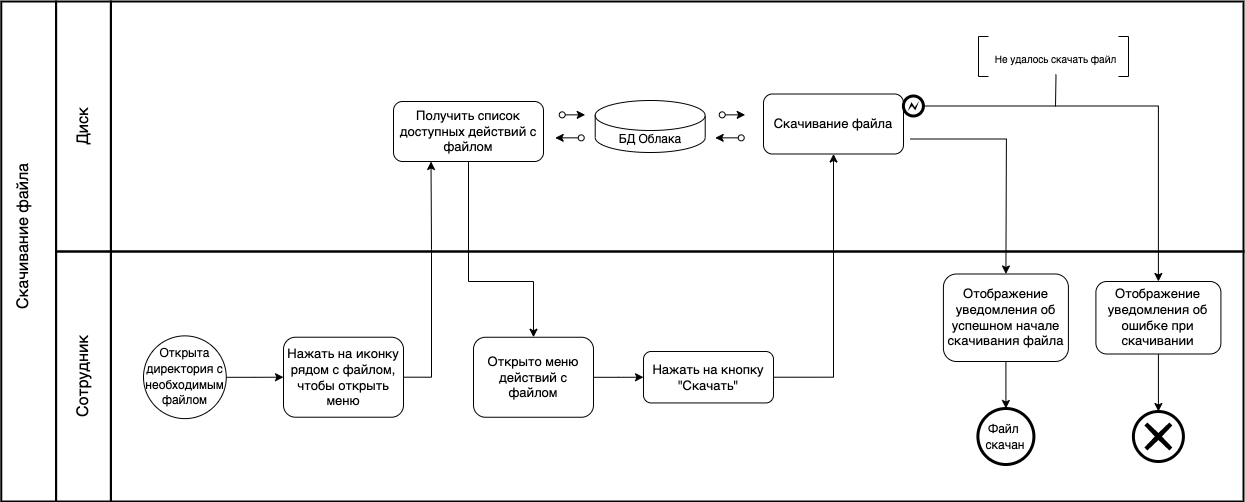
This is docs/bpmn/UML + BPMN-7.5.1 BPMN.drawio.png from shuv8/cloudstorage, a draw.io export, as it was before one commit. Source tidied: cells renumbered, new cells last; positions are measured from the earlier drawing's top-left corner, leaving out a move shared by most shapes.
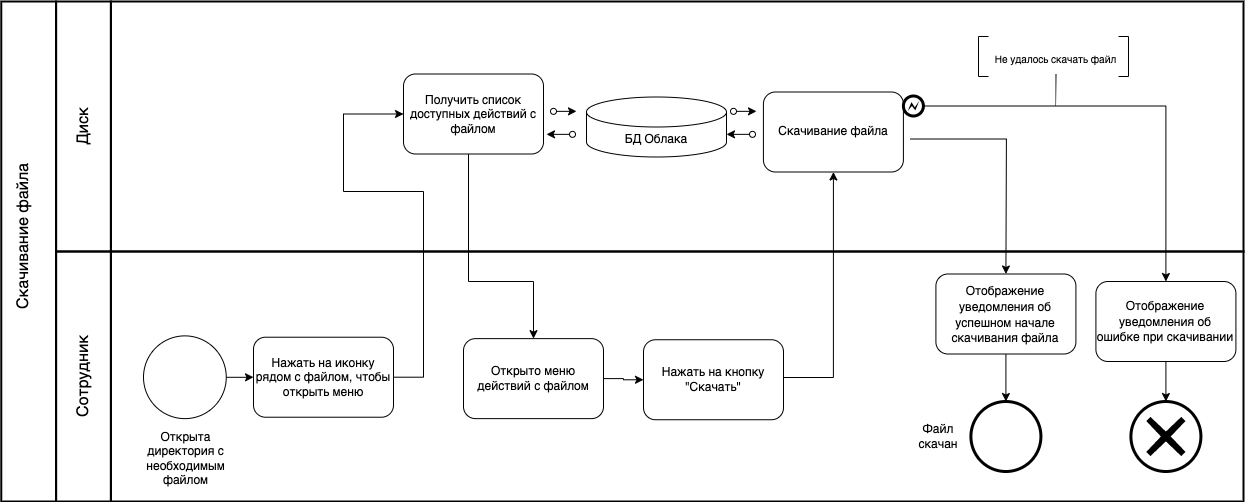
Later version of the same file.

The edit, as a diff of the source:
```diff
@@ -15,8 +15,8 @@
         </Array>
       </mxGeometry>
     </mxCell>
-    <mxCell id="5" value="Нажать на кнопку &quot;Скачать&quot;" style="rounded=1;whiteSpace=wrap;html=1;fontSize=13;" parent="1" vertex="1">
-      <mxGeometry x="720" y="350" width="130" height="51.5" as="geometry" />
+    <mxCell id="5" value="Нажать на кнопку &quot;Скачать&quot;" style="rounded=1;whiteSpace=wrap;html=1;fontSize=12;" parent="1" vertex="1">
+      <mxGeometry x="720" y="338.2" width="140" height="80" as="geometry" />
     </mxCell>
     <mxCell id="6" style="edgeStyle=orthogonalEdgeStyle;rounded=0;jettySize=auto;html=1;" parent="1" edge="1" source="7" target="16">
       <mxGeometry relative="1" as="geometry" />
@@ -24,8 +24,8 @@
     <mxCell id="7" style="ellipse;whiteSpace=wrap;html=1;fontSize=13;" parent="1" vertex="1">
       <mxGeometry x="220" y="334.4" width="82.8" height="82.8" as="geometry" />
     </mxCell>
-    <mxCell id="8" value="Скачивание файла" style="rounded=1;whiteSpace=wrap;html=1;fontSize=13;" parent="1" vertex="1">
-      <mxGeometry x="840" y="92.5" width="140" height="60" as="geometry" />
+    <mxCell id="8" value="Скачивание файла" style="rounded=1;whiteSpace=wrap;html=1;fontSize=12;" parent="1" vertex="1">
+      <mxGeometry x="839.9" y="90.5" width="140" height="80" as="geometry" />
     </mxCell>
     <mxCell id="9" style="rounded=0;whiteSpace=wrap;html=1;strokeWidth=2;fontSize=13;fillColor=none;" parent="1" vertex="1">
       <mxGeometry x="132.6" width="54.8" height="250" as="geometry" />
@@ -45,29 +45,30 @@
     <mxCell id="14" value="&lt;font style=&quot;font-size: 16px&quot;&gt;Скачивание файла&lt;/font&gt;" style="text;html=1;strokeColor=none;fillColor=none;align=center;verticalAlign=middle;whiteSpace=wrap;rounded=0;fontSize=13;rotation=-90;" parent="1" vertex="1">
       <mxGeometry y="220" width="200" height="30" as="geometry" />
     </mxCell>
-    <mxCell id="15" style="edgeStyle=orthogonalEdgeStyle;rounded=0;jettySize=auto;html=1;entryX=0.25;entryY=1;entryDx=0;entryDy=0;" parent="1" edge="1" source="16" target="26">
+    <mxCell id="15" style="edgeStyle=orthogonalEdgeStyle;rounded=0;jettySize=auto;html=1;entryX=0;entryY=0.5;entryDx=0;entryDy=0;" parent="1" edge="1" source="16" target="26">
       <mxGeometry relative="1" as="geometry">
         <Array as="points">
-          <mxPoint x="508" y="376" />
-          <mxPoint x="508" y="248" />
-          <mxPoint x="507" y="248" />
+          <mxPoint x="500" y="376" />
+          <mxPoint x="500" y="190" />
+          <mxPoint x="420" y="190" />
+          <mxPoint x="420" y="113" />
         </Array>
       </mxGeometry>
     </mxCell>
-    <mxCell id="16" value="Нажать на иконку рядом с файлом, чтобы открыть меню" style="rounded=1;whiteSpace=wrap;html=1;fontSize=13;" parent="1" vertex="1">
-      <mxGeometry x="360" y="335.7" width="120" height="80" as="geometry" />
+    <mxCell id="16" value="Нажать на иконку рядом с файлом, чтобы открыть меню" style="rounded=1;whiteSpace=wrap;html=1;fontSize=12;" parent="1" vertex="1">
+      <mxGeometry x="330" y="335.7" width="140" height="80" as="geometry" />
     </mxCell>
     <mxCell id="17" style="ellipse;whiteSpace=wrap;html=1;fontSize=13;strokeWidth=3;" parent="1" vertex="1">
-      <mxGeometry x="1054.4" y="407" width="56" height="56" as="geometry" />
+      <mxGeometry x="1047.4" y="400" width="70" height="70" as="geometry" />
     </mxCell>
-    <mxCell id="18" value="Отображение уведомления об успешном начале скачивания файла" style="rounded=1;whiteSpace=wrap;html=1;fontSize=13;" parent="1" vertex="1">
-      <mxGeometry x="1019.9" y="272.5" width="125" height="87.5" as="geometry" />
+    <mxCell id="18" value="&lt;font style=&quot;font-size: 12px;&quot;&gt;Отображение уведомления об успешном начале скачивания файла&lt;/font&gt;" style="rounded=1;whiteSpace=wrap;html=1;fontSize=13;" parent="1" vertex="1">
+      <mxGeometry x="1012.4" y="272.5" width="140" height="80" as="geometry" />
     </mxCell>
     <mxCell id="19" style="endArrow=classic;html=1;fillColor=#000000;exitX=0.5;exitY=1;exitDx=0;exitDy=0;entryX=0.5;entryY=0;entryDx=0;entryDy=0;" parent="1" edge="1" source="18" target="17">
       <mxGeometry relative="1" as="geometry" />
     </mxCell>
-    <mxCell id="20" value="Отображение уведомления об ошибке при скачивании" style="rounded=1;whiteSpace=wrap;html=1;fontSize=13;" parent="1" vertex="1">
-      <mxGeometry x="1172.4" y="280" width="125" height="72.5" as="geometry" />
+    <mxCell id="20" value="&lt;font style=&quot;font-size: 12px;&quot;&gt;Отображение уведомления об ошибке при скачивании&lt;/font&gt;" style="rounded=1;whiteSpace=wrap;html=1;fontSize=13;" parent="1" vertex="1">
+      <mxGeometry x="1172.4" y="280" width="140" height="80" as="geometry" />
     </mxCell>
     <mxCell id="21" style="endArrow=classic;html=1;fontSize=13;exitX=0.706;exitY=0.55;exitDx=0;exitDy=0;entryX=0.5;entryY=0;entryDx=0;entryDy=0;rounded=0;exitPerimeter=0;" parent="1" edge="1" source="3" target="18">
       <mxGeometry relative="1" as="geometry">
@@ -82,8 +83,8 @@
     <mxCell id="23" style="shape=mxgraph.bpmn.shape;html=1;verticalLabelPosition=bottom;labelBackgroundColor=#ffffff;verticalAlign=top;align=center;perimeter=ellipsePerimeter;outlineConnect=0;outline=end;symbol=error;" parent="22" vertex="1">
       <mxGeometry y="52" width="20" height="20" as="geometry" />
     </mxCell>
-    <mxCell id="24" value="&lt;font style=&quot;font-size: 12px;&quot;&gt;Открыта директория с необходимым файлом&lt;/font&gt;" style="text;html=1;strokeColor=none;fillColor=none;align=center;verticalAlign=middle;whiteSpace=wrap;rounded=0;fontSize=13;rotation=0;" parent="1" vertex="1">
-      <mxGeometry x="218.9" y="348.2" width="85" height="53.5" as="geometry" />
+    <mxCell id="24" value="&lt;font style=&quot;font-size: 12px;&quot;&gt;Открыта директория с необходимым файлом&lt;/font&gt;" style="text;html=1;strokeColor=none;fillColor=none;align=center;verticalAlign=middle;whiteSpace=wrap;rounded=0;fontSize=12;rotation=0;" parent="1" vertex="1">
+      <mxGeometry x="220" y="430" width="85" height="53.5" as="geometry" />
     </mxCell>
     <mxCell id="25" style="edgeStyle=orthogonalEdgeStyle;rounded=0;jettySize=auto;html=1;entryX=0.5;entryY=0;entryDx=0;entryDy=0;" parent="1" edge="1" source="26" target="28">
       <mxGeometry relative="1" as="geometry">
@@ -93,31 +94,31 @@
         </Array>
       </mxGeometry>
     </mxCell>
-    <mxCell id="26" value="Получить список доступных действий с файлом" style="rounded=1;whiteSpace=wrap;html=1;fontSize=13;" parent="1" vertex="1">
-      <mxGeometry x="470" y="100" width="150" height="60" as="geometry" />
+    <mxCell id="26" value="Получить список доступных действий с файлом" style="rounded=1;whiteSpace=wrap;html=1;fontSize=12;" parent="1" vertex="1">
+      <mxGeometry x="480" y="72.5" width="140" height="80" as="geometry" />
     </mxCell>
     <mxCell id="27" style="edgeStyle=orthogonalEdgeStyle;rounded=0;jettySize=auto;html=1;entryX=0;entryY=0.5;entryDx=0;entryDy=0;" parent="1" edge="1" source="28" target="5">
       <mxGeometry relative="1" as="geometry" />
     </mxCell>
-    <mxCell id="28" value="Открыто меню действий с файлом" style="rounded=1;whiteSpace=wrap;html=1;fontSize=13;" parent="1" vertex="1">
-      <mxGeometry x="550" y="335.8" width="120" height="80" as="geometry" />
+    <mxCell id="28" value="Открыто меню действий с файлом" style="rounded=1;whiteSpace=wrap;html=1;fontSize=12;" parent="1" vertex="1">
+      <mxGeometry x="540" y="337.1" width="140" height="80" as="geometry" />
     </mxCell>
     <mxCell id="29" style="group;" parent="1" vertex="1">
-      <mxGeometry x="638.7" y="94" width="220" height="62" as="geometry" />
+      <mxGeometry x="630" y="90.5" width="220" height="62" as="geometry" />
     </mxCell>
     <mxCell id="30" value="БД Облака" style="shape=cylinder3;whiteSpace=wrap;html=1;boundedLbl=1;backgroundOutline=1;size=15;" parent="29" vertex="1">
-      <mxGeometry x="33" y="5" width="110" height="52" as="geometry" />
+      <mxGeometry x="33" y="5" width="140" height="60" as="geometry" />
     </mxCell>
     <mxCell id="31" style="endArrow=classic;html=1;rounded=0;startArrow=oval;startFill=0;" parent="29" edge="1">
       <mxGeometry relative="1" as="geometry">
-        <mxPoint x="160" y="19.4" as="sourcePoint" />
-        <mxPoint x="183" y="19.4" as="targetPoint" />
+        <mxPoint x="180" y="19.4" as="sourcePoint" />
+        <mxPoint x="203" y="19.4" as="targetPoint" />
       </mxGeometry>
     </mxCell>
     <mxCell id="32" style="endArrow=classic;html=1;rounded=0;startArrow=oval;startFill=0;" parent="29" edge="1">
       <mxGeometry relative="1" as="geometry">
-        <mxPoint x="179" y="42.4" as="sourcePoint" />
-        <mxPoint x="153" y="42.4" as="targetPoint" />
+        <mxPoint x="199" y="42.4" as="sourcePoint" />
+        <mxPoint x="173" y="42.4" as="targetPoint" />
       </mxGeometry>
     </mxCell>
     <mxCell id="33" style="endArrow=classic;html=1;rounded=0;startArrow=oval;startFill=0;" parent="29" edge="1">
@@ -136,15 +137,15 @@
       <mxGeometry relative="1" as="geometry" />
     </mxCell>
     <mxCell id="36" style="points=[[0.145,0.145,0],[0.5,0,0],[0.855,0.145,0],[1,0.5,0],[0.855,0.855,0],[0.5,1,0],[0.145,0.855,0],[0,0.5,0]];shape=mxgraph.bpmn.event;html=1;verticalLabelPosition=bottom;labelBackgroundColor=#ffffff;verticalAlign=top;align=center;perimeter=ellipsePerimeter;outlineConnect=0;outline=end;symbol=cancel;" parent="1" vertex="1">
-      <mxGeometry x="1209.9" y="410" width="50" height="50" as="geometry" />
+      <mxGeometry x="1207.4" y="400" width="70" height="70" as="geometry" />
     </mxCell>
-    <mxCell id="37" value="&lt;font style=&quot;font-size: 12px;&quot;&gt;Файл &lt;br&gt;скачан&lt;/font&gt;" style="text;html=1;strokeColor=none;fillColor=none;align=center;verticalAlign=middle;whiteSpace=wrap;rounded=0;fontSize=13;rotation=0;" parent="1" vertex="1">
-      <mxGeometry x="1047.4" y="418.2" width="70" height="33.5" as="geometry" />
+    <mxCell id="37" value="&lt;font style=&quot;font-size: 12px;&quot;&gt;Файл &lt;br style=&quot;font-size: 12px;&quot;&gt;скачан&lt;/font&gt;" style="text;html=1;strokeColor=none;fillColor=none;align=center;verticalAlign=middle;whiteSpace=wrap;rounded=0;fontSize=12;rotation=0;" parent="1" vertex="1">
+      <mxGeometry x="979.9" y="418.2" width="70" height="33.5" as="geometry" />
     </mxCell>
     <mxCell id="38" style="edgeStyle=orthogonalEdgeStyle;rounded=0;jettySize=auto;html=1;" parent="1" edge="1" source="23" target="20">
       <mxGeometry relative="1" as="geometry" />
     </mxCell>
-    <mxCell id="39" style="group;" parent="1" vertex="1">
+    <mxCell id="39" style="group;fontSize=10;" parent="1" vertex="1">
       <mxGeometry x="1080" y="50" width="185" height="55" as="geometry" />
     </mxCell>
     <mxCell id="40" style="group;" parent="39" vertex="1">
@@ -159,7 +160,7 @@
     <mxCell id="43" value="&lt;font size=&quot;1&quot;&gt;Не удалось скачать файл&lt;/font&gt;" style="text;html=1;strokeColor=none;fillColor=none;align=center;verticalAlign=middle;whiteSpace=wrap;rounded=0;fontSize=13;" parent="40" vertex="1">
       <mxGeometry x="-15" y="-10" width="135" height="33" as="geometry" />
     </mxCell>
-    <mxCell id="44" style="endArrow=none;html=1;rounded=0;fontSize=12;exitX=0.5;exitY=1;exitDx=0;exitDy=0;" parent="1" edge="1" source="43">
+    <mxCell id="44" style="endArrow=none;html=1;rounded=0;fontSize=12;exitX=0.5;exitY=1;exitDx=0;exitDy=0;dashed=1;dashPattern=1 1;" parent="1" edge="1" source="43">
       <mxGeometry relative="1" as="geometry">
         <mxPoint x="1132" y="105" as="targetPoint" />
       </mxGeometry>
```
